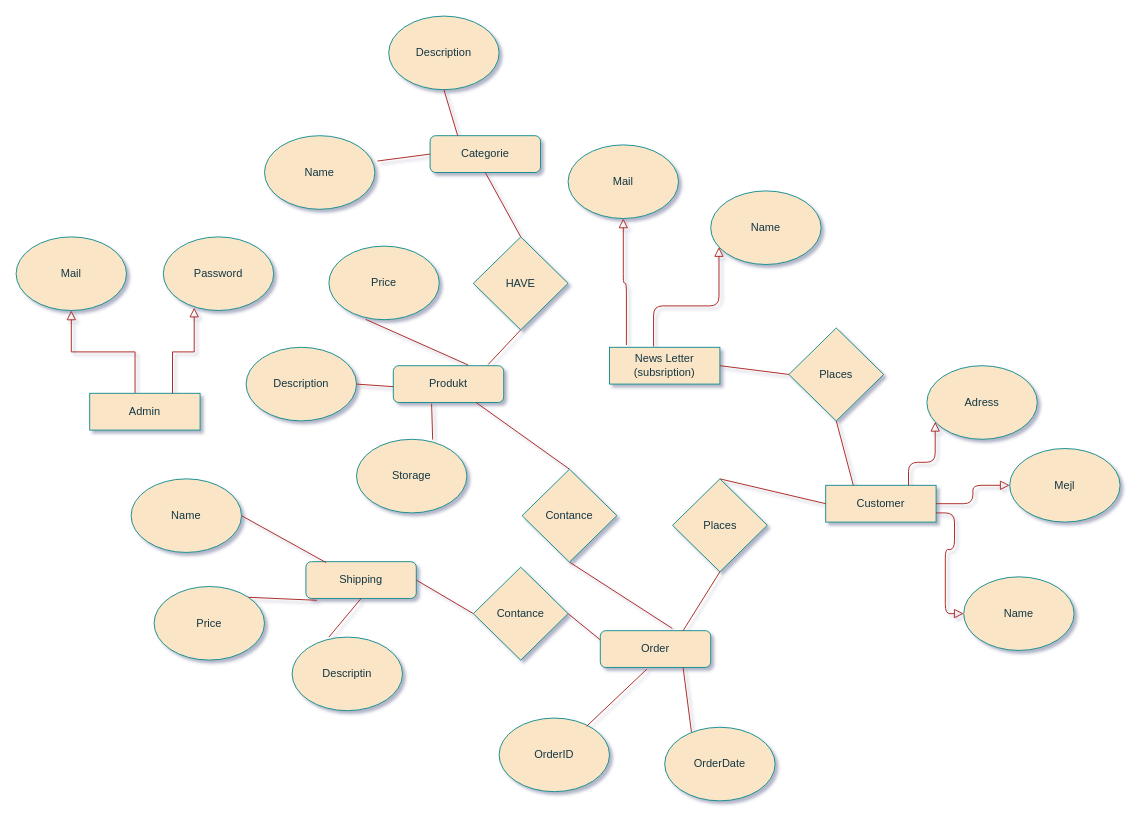
Earlier version of the draw.io diagram page "Page-1" (1 of 2) of Untitled Diagram.drawio (TechWithRyan/Webbshop). Source tidied: cells renumbered, new cells numbered last; positions are measured from the earlier drawing's top-left corner, leaving out a move shared by most shapes. Both pictures are drawn from the tidied source at 92%, with x=0, y=0 at pixel (16, 16).
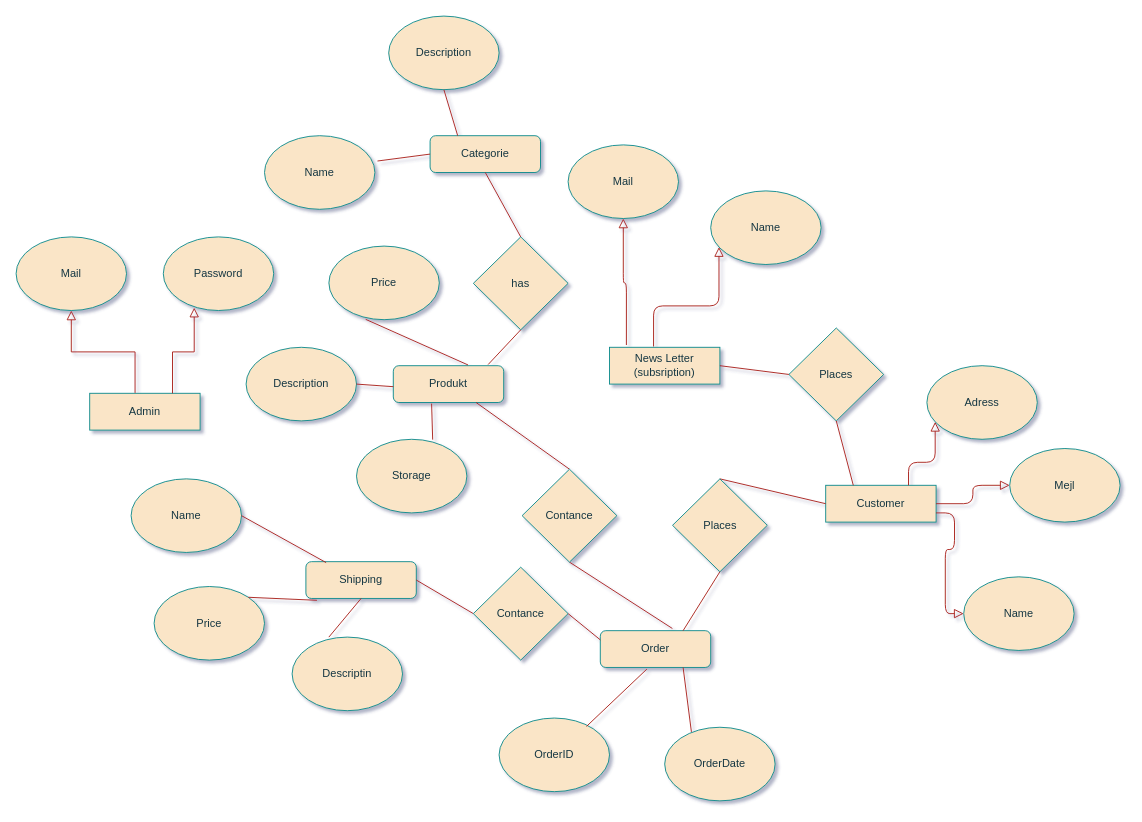
The same diagram, later.

What changed in the source:
```diff
@@
-    <mxCell id="52" value="HAVE" style="rhombus;whiteSpace=wrap;html=1;fillColor=#FAE5C7;strokeColor=#0F8B8D;fontColor=#143642;" parent="1" vertex="1">
+    <mxCell id="52" value="has" style="rhombus;whiteSpace=wrap;html=1;fillColor=#FAE5C7;strokeColor=#0F8B8D;fontColor=#143642;" parent="1" vertex="1">
       <mxGeometry x="497" y="240" width="103" height="101" as="geometry" />
     </mxCell>
```
